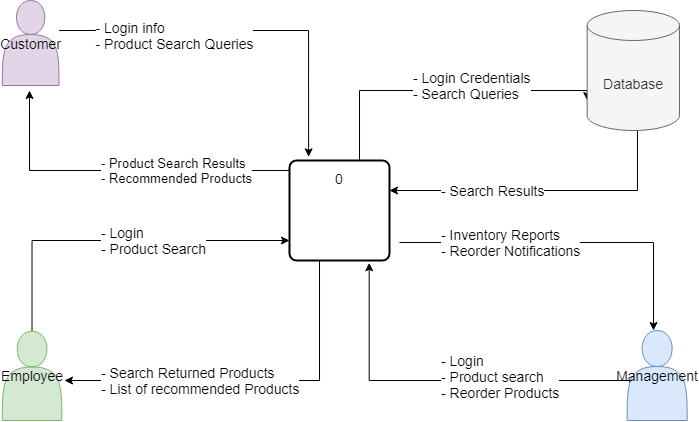
Above: PitchPresentation/context_diagram.png in S-Apulu3008/CapstoneProject (draw.io), before the change. Source tidied: cells renumbered, new cells last; positions are measured from the earlier drawing's top-left corner, leaving out a move shared by most shapes. The source it was exported from:
```xml
<mxGraphModel>
  <root>
    <mxCell id="0" />
    <mxCell id="1" parent="0" />
    <mxCell id="2" style="edgeStyle=orthogonalEdgeStyle;rounded=0;jettySize=auto;html=1;entryX=0.208;entryY=0.081;entryDx=0;entryDy=0;entryPerimeter=0;" parent="1" edge="1" source="16">
      <mxGeometry relative="1" as="geometry">
        <mxPoint x="306.1" y="156.3" as="targetPoint" />
        <Array as="points">
          <mxPoint x="306" y="30" />
        </Array>
      </mxGeometry>
    </mxCell>
    <mxCell id="3" value="&lt;div style=&quot;text-align: left&quot;&gt;- Login info&lt;/div&gt;&lt;font style=&quot;font-size: 14px&quot;&gt;&lt;div style=&quot;text-align: left&quot;&gt;- Product Search Queries&lt;/div&gt;&lt;/font&gt;" style="edgeLabel;html=1;align=center;verticalAlign=middle;fontSize=14;" parent="2" vertex="1">
      <mxGeometry x="-0.07" relative="1" as="geometry">
        <mxPoint x="-60" y="5" as="offset" />
      </mxGeometry>
    </mxCell>
    <mxCell id="4" style="edgeStyle=orthogonalEdgeStyle;rounded=0;jettySize=auto;html=1;fontSize=13;" parent="1" edge="1" source="22">
      <mxGeometry relative="1" as="geometry">
        <mxPoint x="27" y="90" as="targetPoint" />
        <Array as="points">
          <mxPoint x="27" y="170" />
        </Array>
      </mxGeometry>
    </mxCell>
    <mxCell id="5" value="- Product Search Results &lt;br&gt;- Recommended Products" style="edgeLabel;html=1;align=left;verticalAlign=middle;fontSize=13;" parent="4" vertex="1">
      <mxGeometry x="-0.35" y="-1" relative="1" as="geometry">
        <mxPoint x="-79.7" y="1" as="offset" />
      </mxGeometry>
    </mxCell>
    <mxCell id="6" style="edgeStyle=orthogonalEdgeStyle;rounded=0;jettySize=auto;html=1;fontSize=13;exitX=0.5;exitY=1;exitDx=0;exitDy=0;" parent="1" edge="1" source="22">
      <mxGeometry relative="1" as="geometry">
        <mxPoint x="62" y="380" as="targetPoint" />
        <Array as="points">
          <mxPoint x="317" y="260" />
          <mxPoint x="317" y="380" />
        </Array>
      </mxGeometry>
    </mxCell>
    <mxCell id="7" value="- Search Returned Products&lt;br style=&quot;font-size: 14px;&quot;&gt;- List of recommended Products" style="edgeLabel;html=1;align=left;verticalAlign=middle;fontSize=14;" parent="6" vertex="1">
      <mxGeometry x="0.16" y="1" relative="1" as="geometry">
        <mxPoint x="-130.3" y="-1" as="offset" />
      </mxGeometry>
    </mxCell>
    <mxCell id="8" style="edgeStyle=orthogonalEdgeStyle;rounded=0;jettySize=auto;html=1;fontSize=13;entryX=0;entryY=0;entryDx=0;entryDy=90;entryPerimeter=0;" parent="1" edge="1" source="22" target="21">
      <mxGeometry relative="1" as="geometry">
        <Array as="points">
          <mxPoint x="357" y="90" />
        </Array>
      </mxGeometry>
    </mxCell>
    <mxCell id="9" value="- Login Credentials&lt;br&gt;- Search Queries" style="edgeLabel;html=1;align=left;verticalAlign=middle;fontSize=14;" parent="8" vertex="1">
      <mxGeometry x="0.18" y="2" relative="1" as="geometry">
        <mxPoint x="-59.6" y="-2.9" as="offset" />
      </mxGeometry>
    </mxCell>
    <mxCell id="10" style="edgeStyle=orthogonalEdgeStyle;rounded=0;jettySize=auto;html=1;fontSize=14;" parent="1" edge="1" target="18">
      <mxGeometry relative="1" as="geometry">
        <mxPoint x="397" y="242" as="sourcePoint" />
        <Array as="points">
          <mxPoint x="651" y="242" />
        </Array>
      </mxGeometry>
    </mxCell>
    <mxCell id="11" value="- Inventory Reports&lt;br&gt;- Reorder Notifications" style="edgeLabel;html=1;align=left;verticalAlign=middle;fontSize=14;" parent="10" vertex="1">
      <mxGeometry x="0.07" y="-3" relative="1" as="geometry">
        <mxPoint x="-142.8" y="-3" as="offset" />
      </mxGeometry>
    </mxCell>
    <mxCell id="12" style="edgeStyle=orthogonalEdgeStyle;rounded=0;jettySize=auto;html=1;fontSize=13;" parent="1" edge="1" source="17" target="22">
      <mxGeometry relative="1" as="geometry">
        <Array as="points">
          <mxPoint x="30" y="240" />
        </Array>
      </mxGeometry>
    </mxCell>
    <mxCell id="13" value="- Login&lt;br style=&quot;font-size: 14px&quot;&gt;- Product Search" style="edgeLabel;html=1;align=left;verticalAlign=middle;fontSize=14;" parent="12" vertex="1">
      <mxGeometry x="-0.05" y="4" relative="1" as="geometry">
        <mxPoint x="-7.3" y="4" as="offset" />
      </mxGeometry>
    </mxCell>
    <mxCell id="14" style="edgeStyle=orthogonalEdgeStyle;rounded=0;jettySize=auto;html=1;fontSize=13;entryX=0.797;entryY=1.023;entryDx=0;entryDy=0;entryPerimeter=0;exitX=0.045;exitY=0.582;exitDx=0;exitDy=0;exitPerimeter=0;" parent="1" edge="1" source="18" target="22">
      <mxGeometry relative="1" as="geometry">
        <Array as="points">
          <mxPoint x="627" y="380" />
          <mxPoint x="367" y="380" />
        </Array>
      </mxGeometry>
    </mxCell>
    <mxCell id="15" value="- Login&lt;br style=&quot;font-size: 14px&quot;&gt;- Product search&lt;br style=&quot;font-size: 14px&quot;&gt;- Reorder Products" style="edgeLabel;html=1;align=left;verticalAlign=middle;fontSize=14;" parent="14" vertex="1">
      <mxGeometry x="0.06" relative="1" as="geometry">
        <mxPoint x="8.6" y="-4.6" as="offset" />
      </mxGeometry>
    </mxCell>
    <mxCell id="16" value="&lt;font style=&quot;font-size: 14px&quot;&gt;Customer&lt;/font&gt;" style="shape=actor;whiteSpace=wrap;html=1;fillColor=#e1d5e7;strokeColor=#9673a6;" parent="1" vertex="1">
      <mxGeometry x="-0.2" width="56.7" height="85" as="geometry" />
    </mxCell>
    <mxCell id="17" value="&lt;font style=&quot;font-size: 14px&quot;&gt;Employee&lt;/font&gt;" style="shape=actor;whiteSpace=wrap;html=1;fillColor=#d5e8d4;strokeColor=#82b366;" parent="1" vertex="1">
      <mxGeometry x="-0.2" y="330.8" width="59.5" height="89.2" as="geometry" />
    </mxCell>
    <mxCell id="18" value="&lt;font style=&quot;font-size: 14px&quot;&gt;Management&lt;/font&gt;" style="shape=actor;whiteSpace=wrap;html=1;fillColor=#dae8fc;strokeColor=#6c8ebf;" parent="1" vertex="1">
      <mxGeometry x="624.7" y="330" width="60" height="90" as="geometry" />
    </mxCell>
    <mxCell id="19" style="edgeStyle=orthogonalEdgeStyle;rounded=0;jettySize=auto;html=1;fontSize=14;entryX=1;entryY=0.3;entryDx=0;entryDy=0;entryPerimeter=0;" parent="1" edge="1" source="21" target="22">
      <mxGeometry relative="1" as="geometry">
        <Array as="points">
          <mxPoint x="635" y="190" />
        </Array>
      </mxGeometry>
    </mxCell>
    <mxCell id="20" value="- Search Results" style="edgeLabel;html=1;align=left;verticalAlign=middle;fontSize=14;" parent="19" vertex="1">
      <mxGeometry x="0.27" y="2" relative="1" as="geometry">
        <mxPoint x="-61.8" y="-2" as="offset" />
      </mxGeometry>
    </mxCell>
    <mxCell id="21" value="&lt;font style=&quot;font-size: 14px&quot;&gt;Database&lt;/font&gt;" style="shape=cylinder3;whiteSpace=wrap;html=1;boundedLbl=1;backgroundOutline=1;size=15;fillColor=#f5f5f5;strokeColor=#666666;fontColor=#333333;" parent="1" vertex="1">
      <mxGeometry x="584.7" y="10" width="92.3" height="120" as="geometry" />
    </mxCell>
    <mxCell id="22" value="0&lt;br&gt;&lt;br&gt;&lt;br&gt;&lt;br&gt;&lt;br&gt;" style="rounded=1;whiteSpace=wrap;html=1;absoluteArcSize=1;arcSize=14;strokeWidth=2;fontSize=14;" parent="1" vertex="1">
      <mxGeometry x="287" y="160" width="100" height="100" as="geometry" />
    </mxCell>
  </root>
</mxGraphModel>
```
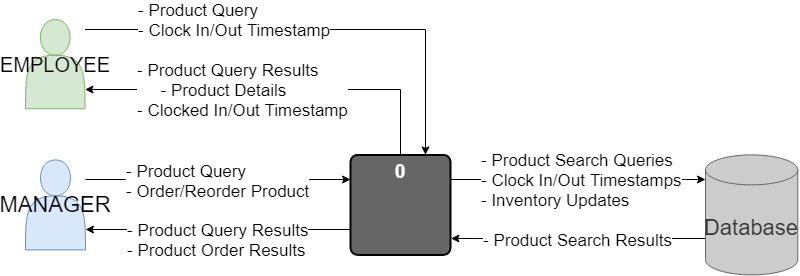
After the change.

Diff of the diagram source:
```diff
@@ -2,122 +2,94 @@
   <root>
     <mxCell id="0" />
     <mxCell id="1" parent="0" />
-    <mxCell id="2" style="edgeStyle=orthogonalEdgeStyle;rounded=0;jettySize=auto;html=1;entryX=0.208;entryY=0.081;entryDx=0;entryDy=0;entryPerimeter=0;" parent="1" edge="1" source="16">
-      <mxGeometry relative="1" as="geometry">
-        <mxPoint x="306.1" y="156.3" as="targetPoint" />
-        <Array as="points">
-          <mxPoint x="306" y="30" />
-        </Array>
-      </mxGeometry>
-    </mxCell>
-    <mxCell id="3" value="&lt;div style=&quot;text-align: left&quot;&gt;- Login info&lt;/div&gt;&lt;font style=&quot;font-size: 14px&quot;&gt;&lt;div style=&quot;text-align: left&quot;&gt;- Product Search Queries&lt;/div&gt;&lt;/font&gt;" style="edgeLabel;html=1;align=center;verticalAlign=middle;fontSize=14;" parent="2" vertex="1">
-      <mxGeometry x="-0.07" relative="1" as="geometry">
-        <mxPoint x="-60" y="5" as="offset" />
-      </mxGeometry>
-    </mxCell>
-    <mxCell id="4" style="edgeStyle=orthogonalEdgeStyle;rounded=0;jettySize=auto;html=1;fontSize=13;" parent="1" edge="1" source="22">
-      <mxGeometry relative="1" as="geometry">
-        <mxPoint x="27" y="90" as="targetPoint" />
-        <Array as="points">
-          <mxPoint x="27" y="170" />
-        </Array>
-      </mxGeometry>
-    </mxCell>
-    <mxCell id="5" value="- Product Search Results &lt;br&gt;- Recommended Products" style="edgeLabel;html=1;align=left;verticalAlign=middle;fontSize=13;" parent="4" vertex="1">
-      <mxGeometry x="-0.35" y="-1" relative="1" as="geometry">
-        <mxPoint x="-79.7" y="1" as="offset" />
-      </mxGeometry>
-    </mxCell>
-    <mxCell id="6" style="edgeStyle=orthogonalEdgeStyle;rounded=0;jettySize=auto;html=1;fontSize=13;exitX=0.5;exitY=1;exitDx=0;exitDy=0;" parent="1" edge="1" source="22">
-      <mxGeometry relative="1" as="geometry">
-        <mxPoint x="62" y="380" as="targetPoint" />
-        <Array as="points">
-          <mxPoint x="317" y="260" />
-          <mxPoint x="317" y="380" />
-        </Array>
-      </mxGeometry>
-    </mxCell>
-    <mxCell id="7" value="- Search Returned Products&lt;br style=&quot;font-size: 14px;&quot;&gt;- List of recommended Products" style="edgeLabel;html=1;align=left;verticalAlign=middle;fontSize=14;" parent="6" vertex="1">
-      <mxGeometry x="0.16" y="1" relative="1" as="geometry">
-        <mxPoint x="-130.3" y="-1" as="offset" />
-      </mxGeometry>
-    </mxCell>
-    <mxCell id="8" style="edgeStyle=orthogonalEdgeStyle;rounded=0;jettySize=auto;html=1;fontSize=13;entryX=0;entryY=0;entryDx=0;entryDy=90;entryPerimeter=0;" parent="1" edge="1" source="22" target="21">
-      <mxGeometry relative="1" as="geometry">
-        <Array as="points">
-          <mxPoint x="357" y="90" />
-        </Array>
-      </mxGeometry>
-    </mxCell>
-    <mxCell id="9" value="- Login Credentials&lt;br&gt;- Search Queries" style="edgeLabel;html=1;align=left;verticalAlign=middle;fontSize=14;" parent="8" vertex="1">
-      <mxGeometry x="0.18" y="2" relative="1" as="geometry">
-        <mxPoint x="-59.6" y="-2.9" as="offset" />
-      </mxGeometry>
-    </mxCell>
-    <mxCell id="10" style="edgeStyle=orthogonalEdgeStyle;rounded=0;jettySize=auto;html=1;fontSize=14;" parent="1" edge="1" target="18">
-      <mxGeometry relative="1" as="geometry">
-        <mxPoint x="397" y="242" as="sourcePoint" />
-        <Array as="points">
-          <mxPoint x="651" y="242" />
-        </Array>
-      </mxGeometry>
-    </mxCell>
-    <mxCell id="11" value="- Inventory Reports&lt;br&gt;- Reorder Notifications" style="edgeLabel;html=1;align=left;verticalAlign=middle;fontSize=14;" parent="10" vertex="1">
-      <mxGeometry x="0.07" y="-3" relative="1" as="geometry">
-        <mxPoint x="-142.8" y="-3" as="offset" />
-      </mxGeometry>
-    </mxCell>
-    <mxCell id="12" style="edgeStyle=orthogonalEdgeStyle;rounded=0;jettySize=auto;html=1;fontSize=13;" parent="1" edge="1" source="17" target="22">
+    <mxCell id="12" style="edgeStyle=orthogonalEdgeStyle;rounded=0;jettySize=auto;html=1;" parent="1" edge="1" source="17" target="22">
       <mxGeometry relative="1" as="geometry">
         <Array as="points">
-          <mxPoint x="30" y="240" />
+          <mxPoint x="397" y="-80" />
         </Array>
       </mxGeometry>
     </mxCell>
-    <mxCell id="13" value="- Login&lt;br style=&quot;font-size: 14px&quot;&gt;- Product Search" style="edgeLabel;html=1;align=left;verticalAlign=middle;fontSize=14;" parent="12" vertex="1">
-      <mxGeometry x="-0.05" y="4" relative="1" as="geometry">
-        <mxPoint x="-7.3" y="4" as="offset" />
-      </mxGeometry>
-    </mxCell>
+    <mxCell id="23" value="&lt;span style=&quot;font-size: 17px&quot;&gt;- Product Query&lt;br&gt;- Clock In/Out Timestamp&lt;br&gt;&lt;/span&gt;" style="edgeLabel;html=1;align=left;verticalAlign=middle;" parent="12" vertex="1">
+      <mxGeometry x="-0.26" y="4" relative="1" as="geometry">
+        <mxPoint x="-121" y="-6" as="offset" />
+      </mxGeometry>
+    </mxCell>
+    <mxCell id="17" value="&lt;font style=&quot;font-size: 20px&quot;&gt;EMPLOYEE&lt;/font&gt;" style="shape=actor;whiteSpace=wrap;html=1;fillColor=#d5e8d4;strokeColor=#82b366;" parent="1" vertex="1">
+      <mxGeometry x="-3" y="-90" width="59.5" height="89.2" as="geometry" />
+    </mxCell>
-    <mxCell id="14" style="edgeStyle=orthogonalEdgeStyle;rounded=0;jettySize=auto;html=1;fontSize=13;entryX=0.797;entryY=1.023;entryDx=0;entryDy=0;entryPerimeter=0;exitX=0.045;exitY=0.582;exitDx=0;exitDy=0;exitPerimeter=0;" parent="1" edge="1" source="18" target="22">
+    <mxCell id="14" style="edgeStyle=orthogonalEdgeStyle;rounded=0;jettySize=auto;html=1;" parent="1" edge="1" source="18" target="22">
       <mxGeometry relative="1" as="geometry">
         <Array as="points">
-          <mxPoint x="627" y="380" />
-          <mxPoint x="367" y="380" />
+          <mxPoint x="97" y="70" />
+          <mxPoint x="97" y="70" />
         </Array>
       </mxGeometry>
     </mxCell>
-    <mxCell id="15" value="- Login&lt;br style=&quot;font-size: 14px&quot;&gt;- Product search&lt;br style=&quot;font-size: 14px&quot;&gt;- Reorder Products" style="edgeLabel;html=1;align=left;verticalAlign=middle;fontSize=14;" parent="14" vertex="1">
-      <mxGeometry x="0.06" relative="1" as="geometry">
-        <mxPoint x="8.6" y="-4.6" as="offset" />
-      </mxGeometry>
-    </mxCell>
-    <mxCell id="16" value="&lt;font style=&quot;font-size: 14px&quot;&gt;Customer&lt;/font&gt;" style="shape=actor;whiteSpace=wrap;html=1;fillColor=#e1d5e7;strokeColor=#9673a6;" parent="1" vertex="1">
-      <mxGeometry x="-0.2" width="56.7" height="85" as="geometry" />
-    </mxCell>
-    <mxCell id="17" value="&lt;font style=&quot;font-size: 14px&quot;&gt;Employee&lt;/font&gt;" style="shape=actor;whiteSpace=wrap;html=1;fillColor=#d5e8d4;strokeColor=#82b366;" parent="1" vertex="1">
-      <mxGeometry x="-0.2" y="330.8" width="59.5" height="89.2" as="geometry" />
-    </mxCell>
+    <mxCell id="24" value="&lt;font style=&quot;font-size: 17px&quot;&gt;- Product Query&lt;br&gt;- Order/Reorder Product&lt;br&gt;&lt;/font&gt;" style="edgeLabel;html=1;align=left;verticalAlign=middle;" parent="14" vertex="1">
+      <mxGeometry x="-0.37" y="-1" relative="1" as="geometry">
+        <mxPoint x="-44" as="offset" />
+      </mxGeometry>
+    </mxCell>
-    <mxCell id="18" value="&lt;font style=&quot;font-size: 14px&quot;&gt;Management&lt;/font&gt;" style="shape=actor;whiteSpace=wrap;html=1;fillColor=#dae8fc;strokeColor=#6c8ebf;" parent="1" vertex="1">
-      <mxGeometry x="624.7" y="330" width="60" height="90" as="geometry" />
+    <mxCell id="18" value="&lt;font style=&quot;font-size: 22px&quot;&gt;MANAGER&lt;/font&gt;" style="shape=actor;whiteSpace=wrap;html=1;fillColor=#dae8fc;strokeColor=#6c8ebf;" parent="1" vertex="1">
+      <mxGeometry x="-3" y="50.4" width="60" height="90" as="geometry" />
     </mxCell>
-    <mxCell id="19" style="edgeStyle=orthogonalEdgeStyle;rounded=0;jettySize=auto;html=1;fontSize=14;entryX=1;entryY=0.3;entryDx=0;entryDy=0;entryPerimeter=0;" parent="1" edge="1" source="21" target="22">
+    <mxCell id="19" style="edgeStyle=orthogonalEdgeStyle;rounded=0;jettySize=auto;html=1;entryX=1.005;entryY=0.836;entryDx=0;entryDy=0;entryPerimeter=0;" parent="1" edge="1" source="21" target="22">
       <mxGeometry relative="1" as="geometry">
         <Array as="points">
-          <mxPoint x="635" y="190" />
+          <mxPoint x="447" y="129" />
+          <mxPoint x="447" y="129" />
         </Array>
       </mxGeometry>
     </mxCell>
-    <mxCell id="20" value="- Search Results" style="edgeLabel;html=1;align=left;verticalAlign=middle;fontSize=14;" parent="19" vertex="1">
-      <mxGeometry x="0.27" y="2" relative="1" as="geometry">
-        <mxPoint x="-61.8" y="-2" as="offset" />
-      </mxGeometry>
-    </mxCell>
+    <mxCell id="25" value="&lt;font style=&quot;font-size: 17px&quot;&gt;- Product Search Results&lt;/font&gt;" style="edgeLabel;html=1;align=left;verticalAlign=middle;" parent="19" vertex="1">
+      <mxGeometry x="-0.2" y="1" relative="1" as="geometry">
+        <mxPoint x="-122" as="offset" />
+      </mxGeometry>
+    </mxCell>
-    <mxCell id="21" value="&lt;font style=&quot;font-size: 14px&quot;&gt;Database&lt;/font&gt;" style="shape=cylinder3;whiteSpace=wrap;html=1;boundedLbl=1;backgroundOutline=1;size=15;fillColor=#f5f5f5;strokeColor=#666666;fontColor=#333333;" parent="1" vertex="1">
-      <mxGeometry x="584.7" y="10" width="92.3" height="120" as="geometry" />
+    <mxCell id="21" value="&lt;font style=&quot;font-size: 22px&quot;&gt;Database&lt;/font&gt;" style="shape=cylinder3;whiteSpace=wrap;html=1;boundedLbl=1;backgroundOutline=1;size=15;strokeColor=#666666;fontColor=#333333;fillColor=#CCCCCC;" parent="1" vertex="1">
+      <mxGeometry x="677" y="45.4" width="92.3" height="120" as="geometry" />
     </mxCell>
+    <mxCell id="26" style="edgeStyle=orthogonalEdgeStyle;rounded=0;jettySize=auto;html=1;" parent="1" edge="1" source="22" target="18">
+      <mxGeometry relative="1" as="geometry">
+        <Array as="points">
+          <mxPoint x="247" y="120" />
+          <mxPoint x="247" y="120" />
+        </Array>
+      </mxGeometry>
+    </mxCell>
+    <mxCell id="27" value="&lt;font style=&quot;font-size: 17px&quot;&gt;- Product Query Results&lt;br&gt;- Product Order Results&lt;/font&gt;" style="edgeLabel;html=1;align=left;verticalAlign=middle;" parent="26" vertex="1">
+      <mxGeometry x="0.23" y="-3" relative="1" as="geometry">
+        <mxPoint x="-62" y="13" as="offset" />
+      </mxGeometry>
+    </mxCell>
+    <mxCell id="28" style="edgeStyle=orthogonalEdgeStyle;rounded=0;jettySize=auto;html=1;" parent="1" edge="1" source="22" target="17">
+      <mxGeometry relative="1" as="geometry">
+        <Array as="points">
+          <mxPoint x="372" y="-20" />
+        </Array>
+      </mxGeometry>
+    </mxCell>
+    <mxCell id="29" value="&lt;font style=&quot;font-size: 17px&quot;&gt;- Product Query Results&lt;br&gt;&amp;nbsp; &amp;nbsp; &amp;nbsp;- Product Details&lt;br&gt;- Clocked In/Out Timestamp&lt;br&gt;&lt;/font&gt;" style="edgeLabel;html=1;align=left;verticalAlign=middle;" parent="28" vertex="1">
+      <mxGeometry x="0.37" relative="1" as="geometry">
+        <mxPoint x="-68" as="offset" />
+      </mxGeometry>
+    </mxCell>
+    <mxCell id="30" style="edgeStyle=orthogonalEdgeStyle;rounded=0;jettySize=auto;html=1;" parent="1" edge="1" source="22">
+      <mxGeometry relative="1" as="geometry">
+        <mxPoint x="677" y="70" as="targetPoint" />
+        <Array as="points">
+          <mxPoint x="657" y="70" />
+          <mxPoint x="657" y="70" />
+        </Array>
+      </mxGeometry>
+    </mxCell>
+    <mxCell id="31" value="&lt;font style=&quot;font-size: 17px&quot;&gt;- Product Search Queries&lt;br&gt;- Clock In/Out Timestamps&lt;br&gt;- Inventory Updates&lt;br&gt;&lt;/font&gt;" style="edgeLabel;html=1;align=left;verticalAlign=middle;" parent="30" vertex="1">
+      <mxGeometry x="-0.26" y="-3" relative="1" as="geometry">
+        <mxPoint x="-66" y="-3" as="offset" />
+      </mxGeometry>
+    </mxCell>
-    <mxCell id="22" value="0&lt;br&gt;&lt;br&gt;&lt;br&gt;&lt;br&gt;&lt;br&gt;" style="rounded=1;whiteSpace=wrap;html=1;absoluteArcSize=1;arcSize=14;strokeWidth=2;fontSize=14;" parent="1" vertex="1">
-      <mxGeometry x="287" y="160" width="100" height="100" as="geometry" />
+    <mxCell id="22" value="&lt;font style=&quot;font-size: 19px&quot;&gt;&lt;b&gt;&lt;font color=&quot;#ffffff&quot;&gt;0&lt;br&gt;&lt;br&gt;&lt;br&gt;&lt;/font&gt;&lt;/b&gt;&lt;br&gt;&lt;/font&gt;" style="rounded=1;whiteSpace=wrap;html=1;absoluteArcSize=1;arcSize=14;strokeWidth=2;fontSize=14;fillColor=#666666;" parent="1" vertex="1">
+      <mxGeometry x="322" y="45.4" width="100" height="100" as="geometry" />
     </mxCell>
   </root>
 </mxGraphModel>
```
